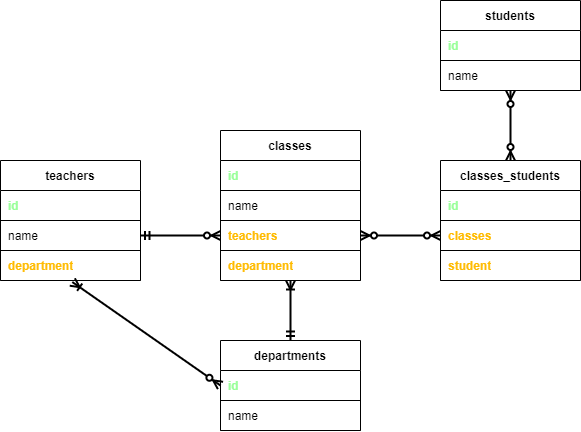
Earlier version of the draw.io export Week_8/sqool_activity/schema.drawio.png (justinthelaw/ussf-sdi). Source tidied: cells renumbered, new cells last; positions are measured from the earlier drawing's top-left corner, leaving out a move shared by most shapes.
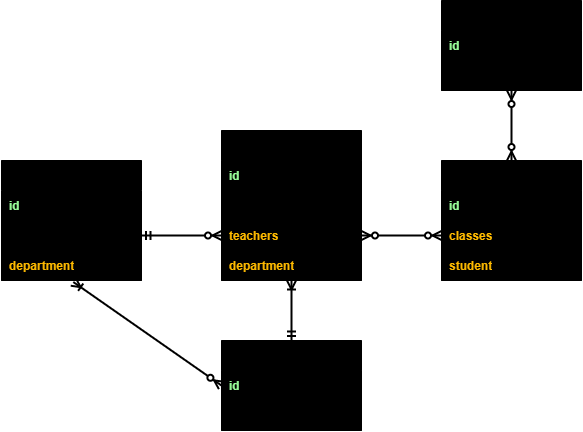
After the change.

Commit message:
Modified sqool schema

The edit, as a diff of the source:
```diff
@@ -7,40 +7,40 @@
         <mxPoint x="540" y="90" as="sourcePoint" />
       </mxGeometry>
     </mxCell>
-    <mxCell id="3" value="departments" style="shape=table;html=1;whiteSpace=wrap;startSize=30;rowLines=0;fontStyle=1;align=center;" parent="1" vertex="1">
+    <mxCell id="3" value="departments" style="shape=table;html=1;whiteSpace=wrap;startSize=30;rowLines=0;fontStyle=1;align=center;fillColor=#000000;" parent="1" vertex="1">
       <mxGeometry x="250" y="340" width="140" height="90" as="geometry" />
     </mxCell>
     <mxCell id="4" style="shape=partialRectangle;html=1;whiteSpace=wrap;fillColor=none;top=0;left=0;bottom=1;right=0;points=[[0,0.5],[1,0.5]];portConstraint=eastwest;" parent="3" vertex="1">
       <mxGeometry y="30" width="140" height="30" as="geometry" />
     </mxCell>
-    <mxCell id="5" value="&lt;b&gt;id&lt;/b&gt;" style="shape=partialRectangle;html=1;whiteSpace=wrap;fillColor=none;top=0;left=0;bottom=0;right=0;align=left;spacingLeft=6;overflow=hidden;fontColor=#99FF99;" parent="4" vertex="1">
+    <mxCell id="5" value="&lt;b&gt;id&lt;/b&gt;" style="shape=partialRectangle;html=1;whiteSpace=wrap;top=0;left=0;bottom=0;right=0;align=left;spacingLeft=6;overflow=hidden;fontColor=#99FF99;fillColor=#000000;strokeColor=#FFFFFF;" parent="4" vertex="1">
       <mxGeometry width="140" height="30" as="geometry" />
     </mxCell>
     <mxCell id="6" style="shape=partialRectangle;html=1;whiteSpace=wrap;fillColor=none;top=0;left=0;bottom=1;right=0;" parent="3" vertex="1">
       <mxGeometry y="60" width="140" height="30" as="geometry" />
     </mxCell>
-    <mxCell id="7" value="name" style="shape=partialRectangle;html=1;whiteSpace=wrap;fillColor=none;top=0;left=0;bottom=0;right=0;align=left;spacingLeft=6;overflow=hidden;" parent="6" vertex="1">
+    <mxCell id="7" value="name" style="shape=partialRectangle;html=1;whiteSpace=wrap;top=0;left=0;bottom=0;right=0;align=left;spacingLeft=6;overflow=hidden;fillColor=#000000;strokeColor=#FFFFFF;" parent="6" vertex="1">
       <mxGeometry width="140" height="30" as="geometry" />
     </mxCell>
-    <mxCell id="8" value="teachers" style="shape=table;html=1;whiteSpace=wrap;startSize=30;rowLines=0;fontStyle=1;align=center;" parent="1" vertex="1">
+    <mxCell id="8" value="teachers" style="shape=table;html=1;whiteSpace=wrap;startSize=30;rowLines=0;fontStyle=1;align=center;fillColor=#000000;swimlaneFillColor=#ffffff;" parent="1" vertex="1">
       <mxGeometry x="30" y="160" width="140" height="120" as="geometry" />
     </mxCell>
     <mxCell id="9" style="shape=partialRectangle;html=1;whiteSpace=wrap;fillColor=none;top=0;left=0;bottom=1;right=0;" parent="8" vertex="1">
       <mxGeometry y="30" width="140" height="30" as="geometry" />
     </mxCell>
-    <mxCell id="10" value="&lt;b&gt;id&lt;/b&gt;" style="shape=partialRectangle;html=1;whiteSpace=wrap;fillColor=none;top=0;left=0;bottom=0;right=0;align=left;spacingLeft=6;overflow=hidden;fontColor=#99FF99;" parent="9" vertex="1">
+    <mxCell id="10" value="&lt;b&gt;id&lt;/b&gt;" style="shape=partialRectangle;html=1;whiteSpace=wrap;top=0;left=0;bottom=0;right=0;align=left;spacingLeft=6;overflow=hidden;fontColor=#99FF99;fillColor=#000000;strokeColor=#FFFFFF;labelBorderColor=none;strokeWidth=3;" parent="9" vertex="1">
       <mxGeometry width="140" height="30" as="geometry" />
     </mxCell>
     <mxCell id="11" style="shape=partialRectangle;html=1;whiteSpace=wrap;fillColor=none;top=0;left=0;bottom=1;right=0;points=[[0,0.5],[1,0.5]];portConstraint=eastwest;fontColor=#FFBB00;" parent="8" vertex="1">
       <mxGeometry y="60" width="140" height="30" as="geometry" />
     </mxCell>
-    <mxCell id="12" value="name" style="shape=partialRectangle;html=1;whiteSpace=wrap;fillColor=none;top=0;left=0;bottom=0;right=0;align=left;spacingLeft=6;overflow=hidden;" parent="11" vertex="1">
+    <mxCell id="12" value="name" style="shape=partialRectangle;html=1;whiteSpace=wrap;top=0;left=0;bottom=0;right=0;align=left;spacingLeft=6;overflow=hidden;fillColor=#000000;strokeColor=#FFFFFF;labelBorderColor=none;strokeWidth=3;" parent="11" vertex="1">
       <mxGeometry width="140" height="30" as="geometry" />
     </mxCell>
     <mxCell id="13" style="shape=partialRectangle;html=1;whiteSpace=wrap;fillColor=none;top=0;left=0;bottom=1;right=0;points=[[0,0.5],[1,0.5]];portConstraint=eastwest;" parent="8" vertex="1">
       <mxGeometry y="90" width="140" height="30" as="geometry" />
     </mxCell>
-    <mxCell id="14" value="&lt;b&gt;&lt;font color=&quot;#ffbb00&quot;&gt;department&lt;/font&gt;&lt;/b&gt;" style="shape=partialRectangle;html=1;whiteSpace=wrap;fillColor=none;top=0;left=0;bottom=0;right=0;align=left;spacingLeft=6;overflow=hidden;" parent="13" vertex="1">
+    <mxCell id="14" value="&lt;b&gt;&lt;font color=&quot;#ffbb00&quot;&gt;department&lt;/font&gt;&lt;/b&gt;" style="shape=partialRectangle;html=1;whiteSpace=wrap;top=0;left=0;bottom=0;right=0;align=left;spacingLeft=6;overflow=hidden;fillColor=#000000;strokeColor=#FFFFFF;labelBorderColor=none;strokeWidth=3;" parent="13" vertex="1">
       <mxGeometry width="140" height="30" as="geometry" />
     </mxCell>
     <mxCell id="15" style="endArrow=ERoneToMany;html=1;startArrow=ERzeroToMany;startFill=1;endFill=0;jumpSize=7;strokeWidth=2;exitX=0;exitY=0.5;exitDx=0;exitDy=0;entryX=0.513;entryY=1.051;entryDx=0;entryDy=0;entryPerimeter=0;" parent="1" edge="1" source="4" target="13">
@@ -51,67 +51,67 @@
         <mxPoint y="280" as="sourcePoint" />
       </mxGeometry>
     </mxCell>
-    <mxCell id="17" value="classes" style="shape=table;html=1;whiteSpace=wrap;startSize=30;rowLines=0;fontStyle=1;align=center;" parent="1" vertex="1">
+    <mxCell id="17" value="classes" style="shape=table;html=1;whiteSpace=wrap;startSize=30;rowLines=0;fontStyle=1;align=center;fillColor=#000000;" parent="1" vertex="1">
       <mxGeometry x="250" y="130" width="140" height="150" as="geometry" />
     </mxCell>
     <mxCell id="18" style="shape=partialRectangle;html=1;whiteSpace=wrap;fillColor=none;top=0;left=0;bottom=1;right=0;" parent="17" vertex="1">
       <mxGeometry y="30" width="140" height="30" as="geometry" />
     </mxCell>
-    <mxCell id="19" value="&lt;b&gt;id&lt;/b&gt;" style="shape=partialRectangle;html=1;whiteSpace=wrap;fillColor=none;top=0;left=0;bottom=0;right=0;align=left;spacingLeft=6;overflow=hidden;fontColor=#99FF99;" parent="18" vertex="1">
+    <mxCell id="19" value="&lt;b&gt;id&lt;/b&gt;" style="shape=partialRectangle;html=1;whiteSpace=wrap;top=0;left=0;bottom=0;right=0;align=left;spacingLeft=6;overflow=hidden;fontColor=#99FF99;fillColor=#000000;" parent="18" vertex="1">
       <mxGeometry width="140" height="30" as="geometry" />
     </mxCell>
     <mxCell id="20" style="shape=partialRectangle;html=1;whiteSpace=wrap;fillColor=none;top=0;left=0;bottom=1;right=0;" parent="17" vertex="1">
       <mxGeometry y="60" width="140" height="30" as="geometry" />
     </mxCell>
-    <mxCell id="21" value="name" style="shape=partialRectangle;html=1;whiteSpace=wrap;fillColor=none;top=0;left=0;bottom=0;right=0;align=left;spacingLeft=6;overflow=hidden;" parent="20" vertex="1">
+    <mxCell id="21" value="name" style="shape=partialRectangle;html=1;whiteSpace=wrap;top=0;left=0;bottom=0;right=0;align=left;spacingLeft=6;overflow=hidden;fillColor=#000000;" parent="20" vertex="1">
       <mxGeometry width="140" height="30" as="geometry" />
     </mxCell>
     <mxCell id="22" style="shape=partialRectangle;html=1;whiteSpace=wrap;fillColor=none;top=0;left=0;bottom=1;right=0;points=[[0,0.5],[1,0.5]];portConstraint=eastwest;" parent="17" vertex="1">
       <mxGeometry y="90" width="140" height="30" as="geometry" />
     </mxCell>
-    <mxCell id="23" value="&lt;b&gt;&lt;font color=&quot;#ffbb00&quot;&gt;teachers&lt;/font&gt;&lt;/b&gt;" style="shape=partialRectangle;html=1;whiteSpace=wrap;fillColor=none;top=0;left=0;bottom=0;right=0;align=left;spacingLeft=6;overflow=hidden;" parent="22" vertex="1">
+    <mxCell id="23" value="&lt;b&gt;&lt;font color=&quot;#ffbb00&quot;&gt;teachers&lt;/font&gt;&lt;/b&gt;" style="shape=partialRectangle;html=1;whiteSpace=wrap;top=0;left=0;bottom=0;right=0;align=left;spacingLeft=6;overflow=hidden;fillColor=#000000;" parent="22" vertex="1">
       <mxGeometry width="140" height="30" as="geometry" />
     </mxCell>
     <mxCell id="24" style="shape=partialRectangle;html=1;whiteSpace=wrap;fillColor=none;top=0;left=0;bottom=1;right=0;" parent="17" vertex="1">
       <mxGeometry y="120" width="140" height="30" as="geometry" />
     </mxCell>
-    <mxCell id="25" value="&lt;b&gt;&lt;font color=&quot;#ffbb00&quot;&gt;department&lt;/font&gt;&lt;/b&gt;" style="shape=partialRectangle;html=1;whiteSpace=wrap;fillColor=none;top=0;left=0;bottom=0;right=0;align=left;spacingLeft=6;overflow=hidden;" parent="24" vertex="1">
+    <mxCell id="25" value="&lt;b&gt;&lt;font color=&quot;#ffbb00&quot;&gt;department&lt;/font&gt;&lt;/b&gt;" style="shape=partialRectangle;html=1;whiteSpace=wrap;top=0;left=0;bottom=0;right=0;align=left;spacingLeft=6;overflow=hidden;fillColor=#000000;" parent="24" vertex="1">
       <mxGeometry width="140" height="30" as="geometry" />
     </mxCell>
-    <mxCell id="26" value="students" style="shape=table;html=1;whiteSpace=wrap;startSize=30;rowLines=0;fontStyle=1;align=center;" parent="1" vertex="1">
+    <mxCell id="26" value="students" style="shape=table;html=1;whiteSpace=wrap;startSize=30;rowLines=0;fontStyle=1;align=center;fillColor=#000000;" parent="1" vertex="1">
       <mxGeometry x="470" width="140" height="90" as="geometry" />
     </mxCell>
     <mxCell id="27" style="shape=partialRectangle;html=1;whiteSpace=wrap;fillColor=none;top=0;left=0;bottom=1;right=0;" parent="26" vertex="1">
       <mxGeometry y="30" width="140" height="30" as="geometry" />
     </mxCell>
-    <mxCell id="28" value="&lt;b&gt;&lt;font color=&quot;#99ff99&quot;&gt;id&lt;/font&gt;&lt;/b&gt;" style="shape=partialRectangle;html=1;whiteSpace=wrap;fillColor=none;top=0;left=0;bottom=0;right=0;align=left;spacingLeft=6;overflow=hidden;" parent="27" vertex="1">
+    <mxCell id="28" value="&lt;b&gt;&lt;font color=&quot;#99ff99&quot;&gt;id&lt;/font&gt;&lt;/b&gt;" style="shape=partialRectangle;html=1;whiteSpace=wrap;top=0;left=0;bottom=0;right=0;align=left;spacingLeft=6;overflow=hidden;strokeColor=#FFFFFF;fillColor=#000000;" parent="27" vertex="1">
       <mxGeometry width="140" height="30" as="geometry" />
     </mxCell>
     <mxCell id="29" style="shape=partialRectangle;html=1;whiteSpace=wrap;fillColor=none;top=0;left=0;bottom=1;right=0;" parent="26" vertex="1">
       <mxGeometry y="60" width="140" height="30" as="geometry" />
     </mxCell>
-    <mxCell id="30" value="name" style="shape=partialRectangle;html=1;whiteSpace=wrap;fillColor=none;top=0;left=0;bottom=0;right=0;align=left;spacingLeft=6;overflow=hidden;" parent="29" vertex="1">
+    <mxCell id="30" value="name" style="shape=partialRectangle;html=1;whiteSpace=wrap;top=0;left=0;bottom=0;right=0;align=left;spacingLeft=6;overflow=hidden;strokeColor=#FFFFFF;fillColor=#000000;" parent="29" vertex="1">
       <mxGeometry width="140" height="30" as="geometry" />
     </mxCell>
-    <mxCell id="31" value="classes_students" style="shape=table;html=1;whiteSpace=wrap;startSize=30;rowLines=0;fontStyle=1;align=center;" parent="1" vertex="1">
+    <mxCell id="31" value="classes_students" style="shape=table;html=1;whiteSpace=wrap;startSize=30;rowLines=0;fontStyle=1;align=center;fillColor=#000000;strokeWidth=1;" parent="1" vertex="1">
       <mxGeometry x="470" y="160" width="140" height="120" as="geometry" />
     </mxCell>
     <mxCell id="32" style="shape=partialRectangle;html=1;whiteSpace=wrap;fillColor=none;top=0;left=0;bottom=1;right=0;" parent="31" vertex="1">
       <mxGeometry y="30" width="140" height="30" as="geometry" />
     </mxCell>
-    <mxCell id="33" value="&lt;b&gt;id&lt;/b&gt;" style="shape=partialRectangle;html=1;whiteSpace=wrap;fillColor=none;top=0;left=0;bottom=0;right=0;align=left;spacingLeft=6;overflow=hidden;fontColor=#99FF99;" parent="32" vertex="1">
+    <mxCell id="33" value="&lt;b&gt;id&lt;/b&gt;" style="shape=partialRectangle;html=1;whiteSpace=wrap;top=0;left=0;bottom=0;right=0;align=left;spacingLeft=6;overflow=hidden;fontColor=#99FF99;fillColor=#000000;strokeWidth=1;" parent="32" vertex="1">
       <mxGeometry width="140" height="30" as="geometry" />
     </mxCell>
     <mxCell id="34" style="shape=partialRectangle;html=1;whiteSpace=wrap;fillColor=none;top=0;left=0;bottom=1;right=0;points=[[0,0.5],[1,0.5]];portConstraint=eastwest;" parent="31" vertex="1">
       <mxGeometry y="60" width="140" height="30" as="geometry" />
     </mxCell>
-    <mxCell id="35" value="&lt;b&gt;&lt;font color=&quot;#ffbb00&quot;&gt;classes&lt;/font&gt;&lt;/b&gt;" style="shape=partialRectangle;html=1;whiteSpace=wrap;fillColor=none;top=0;left=0;bottom=0;right=0;align=left;spacingLeft=6;overflow=hidden;" parent="34" vertex="1">
+    <mxCell id="35" value="&lt;b&gt;&lt;font color=&quot;#ffbb00&quot;&gt;classes&lt;/font&gt;&lt;/b&gt;" style="shape=partialRectangle;html=1;whiteSpace=wrap;top=0;left=0;bottom=0;right=0;align=left;spacingLeft=6;overflow=hidden;fillColor=#000000;" parent="34" vertex="1">
       <mxGeometry width="140" height="30" as="geometry" />
     </mxCell>
     <mxCell id="36" style="shape=partialRectangle;html=1;whiteSpace=wrap;fillColor=none;top=0;left=0;bottom=1;right=0;" parent="31" vertex="1">
       <mxGeometry y="90" width="140" height="30" as="geometry" />
     </mxCell>
-    <mxCell id="37" value="&lt;font color=&quot;#ffbb00&quot;&gt;&lt;b&gt;student&lt;/b&gt;&lt;/font&gt;" style="shape=partialRectangle;html=1;whiteSpace=wrap;fillColor=none;top=0;left=0;bottom=0;right=0;align=left;spacingLeft=6;overflow=hidden;" parent="36" vertex="1">
+    <mxCell id="37" value="&lt;font color=&quot;#ffbb00&quot;&gt;&lt;b&gt;student&lt;/b&gt;&lt;/font&gt;" style="shape=partialRectangle;html=1;whiteSpace=wrap;top=0;left=0;bottom=0;right=0;align=left;spacingLeft=6;overflow=hidden;fillColor=#000000;" parent="36" vertex="1">
       <mxGeometry width="140" height="30" as="geometry" />
     </mxCell>
     <mxCell id="38" style="endArrow=ERoneToMany;html=1;startArrow=ERmandOne;startFill=0;endFill=0;jumpSize=7;strokeWidth=2;exitX=0.5;exitY=0;exitDx=0;exitDy=0;" parent="1" edge="1" source="3">
```
